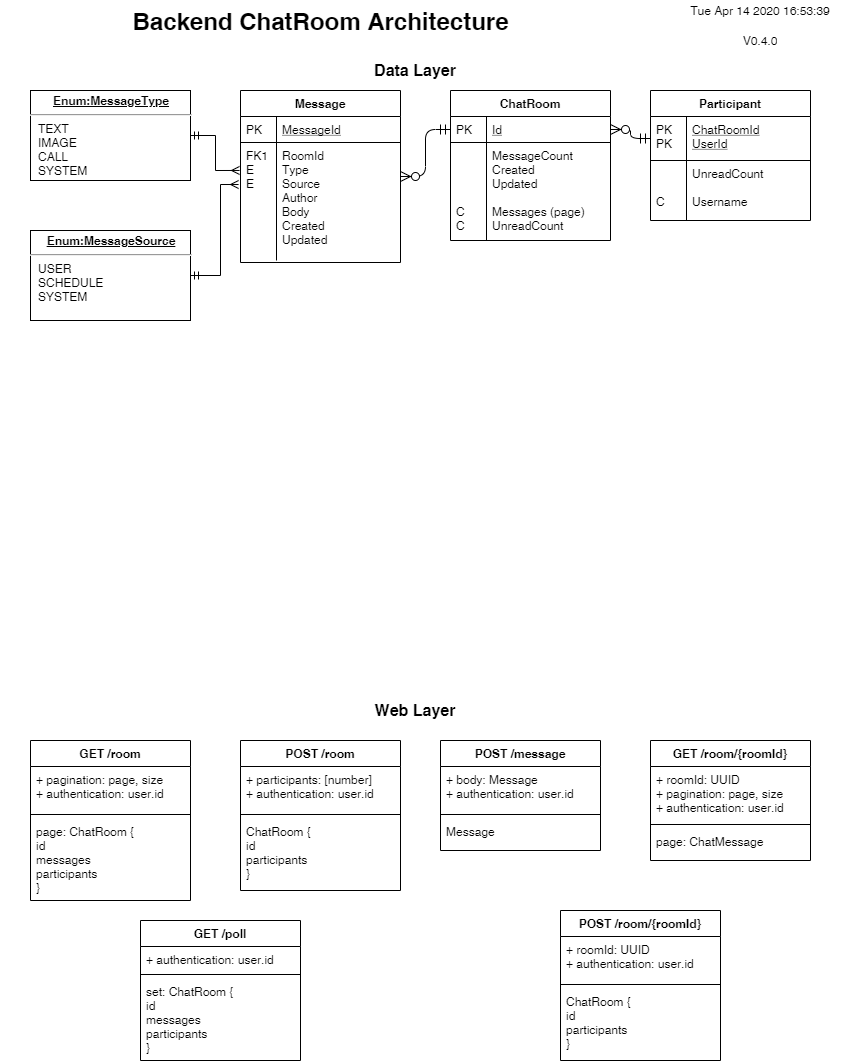
This is documentation/architecture/Telemed ChatRoom solution.png from TelemedDevGroup/TelemedProtoApp, a draw.io export, as it was before one commit. Source tidied: cells renumbered, new cells last; positions are measured from the earlier drawing's top-left corner, leaving out a move shared by most shapes.
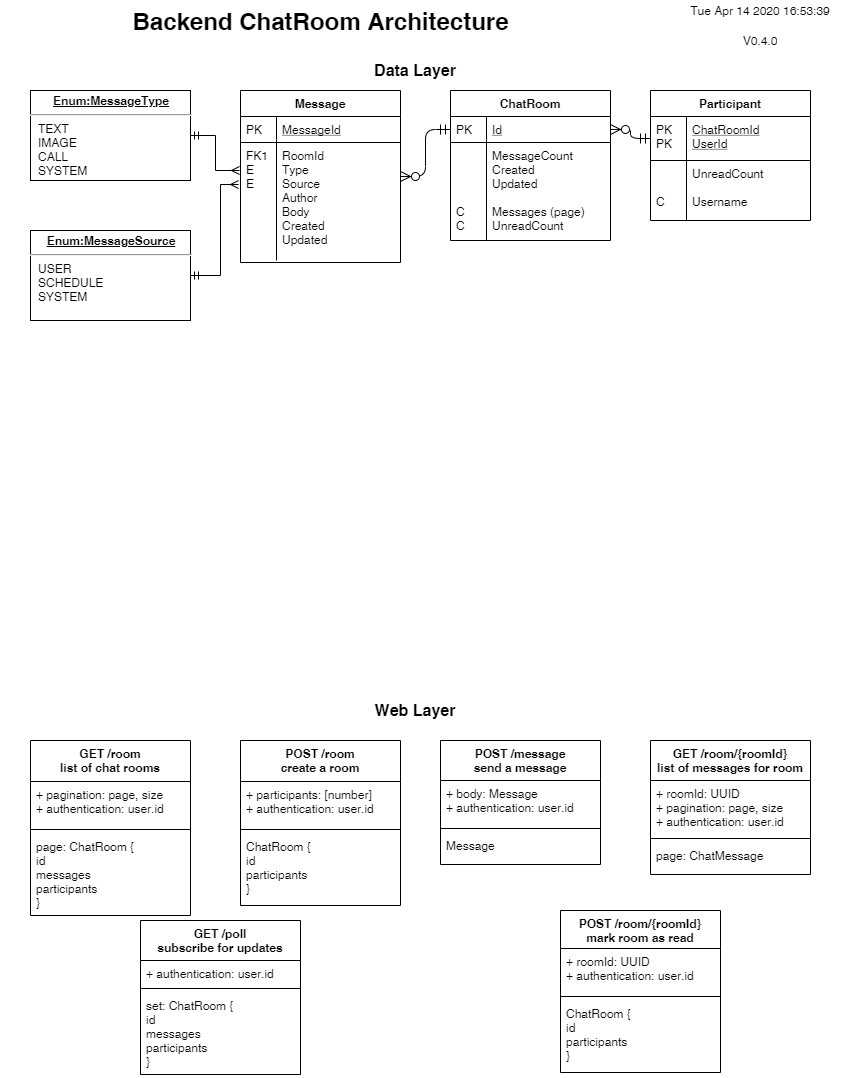
Later version of the same file.

The edit, as a diff of the source:
```diff
@@ -89,77 +89,77 @@
     <mxCell id="27" value="&lt;b&gt;&lt;font style=&quot;font-size: 16px&quot;&gt;Web Layer&lt;/font&gt;&lt;/b&gt;" style="text;html=1;strokeColor=none;fillColor=none;align=center;verticalAlign=middle;whiteSpace=wrap;rounded=0;" parent="1" vertex="1">
       <mxGeometry x="270" y="700" width="290" height="20" as="geometry" />
     </mxCell>
-    <mxCell id="28" value="GET /room" style="swimlane;fontStyle=1;align=center;verticalAlign=top;horizontal=1;startSize=26;fillColor=none;" parent="1" vertex="1">
-      <mxGeometry x="30" y="740" width="160" height="160" as="geometry" />
+    <mxCell id="28" value="GET /room&#10;list of chat rooms" style="swimlane;fontStyle=1;align=center;verticalAlign=top;horizontal=1;startSize=41;fillColor=none;" parent="1" vertex="1">
+      <mxGeometry x="30" y="740" width="160" height="175" as="geometry" />
     </mxCell>
     <mxCell id="29" value="+ pagination: page, size&#10;+ authentication: user.id" style="text;strokeColor=none;fillColor=none;align=left;verticalAlign=top;spacingLeft=4;spacingRight=4;overflow=hidden;" parent="28" vertex="1">
-      <mxGeometry y="26" width="160" height="44" as="geometry" />
+      <mxGeometry y="41" width="160" height="44" as="geometry" />
     </mxCell>
     <mxCell id="30" style="line;strokeWidth=1;fillColor=none;align=left;verticalAlign=middle;spacingTop=-1;spacingLeft=3;spacingRight=3;labelPosition=right;" parent="28" vertex="1">
-      <mxGeometry y="70" width="160" height="8" as="geometry" />
+      <mxGeometry y="85" width="160" height="8" as="geometry" />
     </mxCell>
     <mxCell id="31" value="page: ChatRoom {&#10;id&#10;messages&#10;participants&#10;}" style="text;strokeColor=none;fillColor=none;align=left;verticalAlign=top;spacingLeft=4;spacingRight=4;overflow=hidden;" parent="28" vertex="1">
-      <mxGeometry y="78" width="160" height="82" as="geometry" />
+      <mxGeometry y="93" width="160" height="82" as="geometry" />
     </mxCell>
-    <mxCell id="32" value="GET /room/{roomId}" style="swimlane;fontStyle=1;align=center;verticalAlign=top;horizontal=1;startSize=26;fillColor=none;" parent="1" vertex="1">
-      <mxGeometry x="650" y="740" width="160" height="120" as="geometry" />
+    <mxCell id="32" value="GET /room/{roomId}&#10;list of messages for room" style="swimlane;fontStyle=1;align=center;verticalAlign=top;horizontal=1;startSize=40;fillColor=none;" parent="1" vertex="1">
+      <mxGeometry x="650" y="740" width="160" height="134" as="geometry" />
     </mxCell>
     <mxCell id="33" value="+ roomId: UUID&#10;+ pagination: page, size&#10;+ authentication: user.id" style="text;strokeColor=none;fillColor=none;align=left;verticalAlign=top;spacingLeft=4;spacingRight=4;overflow=hidden;" parent="32" vertex="1">
-      <mxGeometry y="26" width="160" height="54" as="geometry" />
+      <mxGeometry y="40" width="160" height="54" as="geometry" />
     </mxCell>
     <mxCell id="34" style="line;strokeWidth=1;fillColor=none;align=left;verticalAlign=middle;spacingTop=-1;spacingLeft=3;spacingRight=3;labelPosition=right;" parent="32" vertex="1">
-      <mxGeometry y="80" width="160" height="8" as="geometry" />
+      <mxGeometry y="94" width="160" height="8" as="geometry" />
     </mxCell>
     <mxCell id="35" value="page: ChatMessage" style="text;strokeColor=none;fillColor=none;align=left;verticalAlign=top;spacingLeft=4;spacingRight=4;overflow=hidden;" parent="32" vertex="1">
-      <mxGeometry y="88" width="160" height="32" as="geometry" />
+      <mxGeometry y="102" width="160" height="32" as="geometry" />
     </mxCell>
-    <mxCell id="36" value="POST /message" style="swimlane;fontStyle=1;align=center;verticalAlign=top;horizontal=1;startSize=26;fillColor=none;" parent="1" vertex="1">
-      <mxGeometry x="440" y="740" width="160" height="110" as="geometry" />
+    <mxCell id="36" value="POST /message&#10;send a message" style="swimlane;fontStyle=1;align=center;verticalAlign=top;horizontal=1;startSize=40;fillColor=none;" parent="1" vertex="1">
+      <mxGeometry x="440" y="740" width="160" height="124" as="geometry" />
     </mxCell>
     <mxCell id="37" value="+ body: Message&#10;+ authentication: user.id" style="text;strokeColor=none;fillColor=none;align=left;verticalAlign=top;spacingLeft=4;spacingRight=4;overflow=hidden;" parent="36" vertex="1">
-      <mxGeometry y="26" width="160" height="44" as="geometry" />
+      <mxGeometry y="40" width="160" height="44" as="geometry" />
     </mxCell>
     <mxCell id="38" style="line;strokeWidth=1;fillColor=none;align=left;verticalAlign=middle;spacingTop=-1;spacingLeft=3;spacingRight=3;labelPosition=right;" parent="36" vertex="1">
-      <mxGeometry y="70" width="160" height="8" as="geometry" />
+      <mxGeometry y="84" width="160" height="8" as="geometry" />
     </mxCell>
     <mxCell id="39" value="Message" style="text;strokeColor=none;fillColor=none;align=left;verticalAlign=top;spacingLeft=4;spacingRight=4;overflow=hidden;" parent="36" vertex="1">
-      <mxGeometry y="78" width="160" height="32" as="geometry" />
+      <mxGeometry y="92" width="160" height="32" as="geometry" />
     </mxCell>
-    <mxCell id="40" value="POST /room" style="swimlane;fontStyle=1;align=center;verticalAlign=top;horizontal=1;startSize=26;fillColor=none;" parent="1" vertex="1">
-      <mxGeometry x="240" y="740" width="160" height="150" as="geometry" />
+    <mxCell id="40" value="POST /room&#10;create a room" style="swimlane;fontStyle=1;align=center;verticalAlign=top;horizontal=1;startSize=41;fillColor=none;" parent="1" vertex="1">
+      <mxGeometry x="240" y="740" width="160" height="165" as="geometry" />
     </mxCell>
     <mxCell id="41" value="+ participants: [number]&#10;+ authentication: user.id" style="text;strokeColor=none;fillColor=none;align=left;verticalAlign=top;spacingLeft=4;spacingRight=4;overflow=hidden;" parent="40" vertex="1">
-      <mxGeometry y="26" width="160" height="44" as="geometry" />
+      <mxGeometry y="41" width="160" height="44" as="geometry" />
     </mxCell>
     <mxCell id="42" style="line;strokeWidth=1;fillColor=none;align=left;verticalAlign=middle;spacingTop=-1;spacingLeft=3;spacingRight=3;labelPosition=right;" parent="40" vertex="1">
-      <mxGeometry y="70" width="160" height="8" as="geometry" />
+      <mxGeometry y="85" width="160" height="8" as="geometry" />
     </mxCell>
     <mxCell id="43" value="ChatRoom {&#10;id&#10;participants&#10;}" style="text;strokeColor=none;fillColor=none;align=left;verticalAlign=top;spacingLeft=4;spacingRight=4;overflow=hidden;" parent="40" vertex="1">
-      <mxGeometry y="78" width="160" height="72" as="geometry" />
+      <mxGeometry y="93" width="160" height="72" as="geometry" />
     </mxCell>
-    <mxCell id="44" value="GET /poll" style="swimlane;fontStyle=1;align=center;verticalAlign=top;horizontal=1;startSize=26;fillColor=none;" parent="1" vertex="1">
-      <mxGeometry x="140" y="920" width="160" height="140" as="geometry" />
+    <mxCell id="44" value="GET /poll&#10;subscribe for updates" style="swimlane;fontStyle=1;align=center;verticalAlign=top;horizontal=1;startSize=40;fillColor=none;" parent="1" vertex="1">
+      <mxGeometry x="140" y="920" width="160" height="154" as="geometry" />
     </mxCell>
     <mxCell id="45" value="+ authentication: user.id" style="text;strokeColor=none;fillColor=none;align=left;verticalAlign=top;spacingLeft=4;spacingRight=4;overflow=hidden;" parent="44" vertex="1">
-      <mxGeometry y="26" width="160" height="24" as="geometry" />
+      <mxGeometry y="40" width="160" height="24" as="geometry" />
     </mxCell>
     <mxCell id="46" style="line;strokeWidth=1;fillColor=none;align=left;verticalAlign=middle;spacingTop=-1;spacingLeft=3;spacingRight=3;labelPosition=right;" parent="44" vertex="1">
-      <mxGeometry y="50" width="160" height="8" as="geometry" />
+      <mxGeometry y="64" width="160" height="8" as="geometry" />
     </mxCell>
     <mxCell id="47" value="set: ChatRoom {&#10;id&#10;messages&#10;participants&#10;}" style="text;strokeColor=none;fillColor=none;align=left;verticalAlign=top;spacingLeft=4;spacingRight=4;overflow=hidden;" parent="44" vertex="1">
-      <mxGeometry y="58" width="160" height="82" as="geometry" />
+      <mxGeometry y="72" width="160" height="82" as="geometry" />
     </mxCell>
-    <mxCell id="48" value="POST /room/{roomId}" style="swimlane;fontStyle=1;align=center;verticalAlign=top;horizontal=1;startSize=26;fillColor=none;" parent="1" vertex="1">
-      <mxGeometry x="560" y="910" width="160" height="150" as="geometry" />
+    <mxCell id="48" value="POST /room/{roomId}&#10;mark room as read" style="swimlane;fontStyle=1;align=center;verticalAlign=top;horizontal=1;startSize=38;fillColor=none;" parent="1" vertex="1">
+      <mxGeometry x="560" y="910" width="160" height="162" as="geometry" />
     </mxCell>
     <mxCell id="49" value="+ roomId: UUID&#10;+ authentication: user.id" style="text;strokeColor=none;fillColor=none;align=left;verticalAlign=top;spacingLeft=4;spacingRight=4;overflow=hidden;" parent="48" vertex="1">
-      <mxGeometry y="26" width="160" height="44" as="geometry" />
+      <mxGeometry y="38" width="160" height="44" as="geometry" />
     </mxCell>
     <mxCell id="50" style="line;strokeWidth=1;fillColor=none;align=left;verticalAlign=middle;spacingTop=-1;spacingLeft=3;spacingRight=3;labelPosition=right;" parent="48" vertex="1">
-      <mxGeometry y="70" width="160" height="8" as="geometry" />
+      <mxGeometry y="82" width="160" height="8" as="geometry" />
     </mxCell>
     <mxCell id="51" value="ChatRoom {&#10;id&#10;participants&#10;}" style="text;strokeColor=none;fillColor=none;align=left;verticalAlign=top;spacingLeft=4;spacingRight=4;overflow=hidden;" parent="48" vertex="1">
-      <mxGeometry y="78" width="160" height="72" as="geometry" />
+      <mxGeometry y="90" width="160" height="72" as="geometry" />
     </mxCell>
   </root>
 </mxGraphModel>
```
